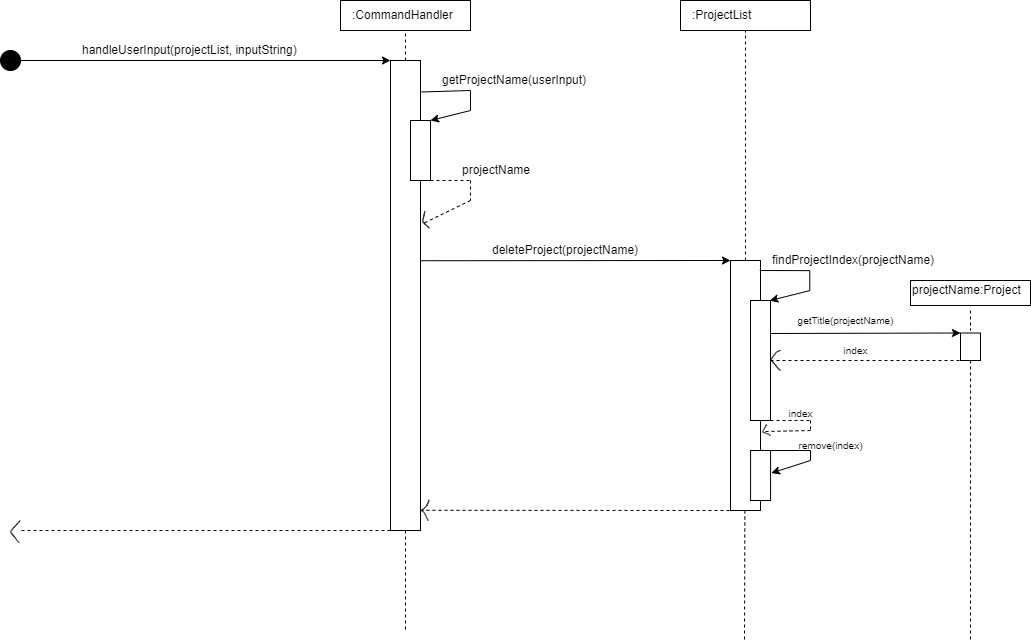
nus-cs2113-AY2122S2/tp keeps this draw.io diagram as docs/UmlDiagrams/deleteProject.png. Above is the earlier version. Source tidied: cells renumbered, new cells last; positions are measured from the earlier drawing's top-left corner, leaving out a move shared by most shapes. Source of this version:
```xml
<mxGraphModel>
  <root>
    <mxCell id="0" />
    <mxCell id="1" parent="0" />
    <mxCell id="2" style="ellipse;whiteSpace=wrap;html=1;fillColor=#000000;" parent="1" vertex="1">
      <mxGeometry y="50" width="20" height="20" as="geometry" />
    </mxCell>
    <mxCell id="3" style="endArrow=classic;html=1;rounded=0;exitX=1;exitY=0.5;exitDx=0;exitDy=0;" parent="1" edge="1" source="2">
      <mxGeometry relative="1" as="geometry">
        <mxPoint x="390" y="60" as="targetPoint" />
      </mxGeometry>
    </mxCell>
    <mxCell id="4" value="&lt;p&gt;handleUserInput(projectList, inputString)&lt;/p&gt;" style="text;html=1;align=left;verticalAlign=middle;fillColor=none;strokeColor=none;rounded=0;" parent="1" vertex="1">
      <mxGeometry x="80" y="30" width="230" height="40" as="geometry" />
    </mxCell>
    <mxCell id="5" style="rounded=0;whiteSpace=wrap;html=1;fontFamily=Helvetica;fillColor=#FFFFFF;" parent="1" vertex="1">
      <mxGeometry x="390" y="60" width="30" height="470" as="geometry" />
    </mxCell>
    <mxCell id="6" style="rounded=0;whiteSpace=wrap;html=1;fontFamily=Helvetica;fillColor=#FFFFFF;" parent="1" vertex="1">
      <mxGeometry x="340" width="130" height="30" as="geometry" />
    </mxCell>
    <mxCell id="7" value=":CommandHandler" style="text;html=1;align=left;verticalAlign=middle;fillColor=none;strokeColor=none;rounded=0;fontFamily=Helvetica;" parent="1" vertex="1">
      <mxGeometry x="350" y="5" width="120" height="20" as="geometry" />
    </mxCell>
    <mxCell id="8" style="endArrow=none;dashed=1;html=1;rounded=0;fontFamily=Helvetica;entryX=0.5;entryY=1;entryDx=0;entryDy=0;exitX=0.5;exitY=0;exitDx=0;exitDy=0;" parent="1" edge="1" source="5" target="6">
      <mxGeometry relative="1" as="geometry" />
    </mxCell>
    <mxCell id="9" style="rounded=0;whiteSpace=wrap;html=1;fontFamily=Helvetica;fillColor=#FFFFFF;" parent="1" vertex="1">
      <mxGeometry x="410" y="120" width="20" height="60" as="geometry" />
    </mxCell>
    <mxCell id="10" style="endArrow=none;html=1;rounded=0;fontFamily=Helvetica;exitX=1.033;exitY=0.067;exitDx=0;exitDy=0;exitPerimeter=0;" parent="1" edge="1" source="5">
      <mxGeometry relative="1" as="geometry">
        <mxPoint x="470" y="90" as="targetPoint" />
      </mxGeometry>
    </mxCell>
    <mxCell id="11" style="endArrow=none;html=1;rounded=0;fontFamily=Helvetica;" parent="1" edge="1">
      <mxGeometry relative="1" as="geometry">
        <mxPoint x="470" y="90" as="sourcePoint" />
        <mxPoint x="470" y="110" as="targetPoint" />
      </mxGeometry>
    </mxCell>
    <mxCell id="12" style="endArrow=classic;html=1;rounded=0;fontFamily=Helvetica;entryX=1;entryY=0;entryDx=0;entryDy=0;" parent="1" edge="1" target="9">
      <mxGeometry relative="1" as="geometry">
        <mxPoint x="470" y="110" as="sourcePoint" />
      </mxGeometry>
    </mxCell>
    <mxCell id="13" value="getProjectName(userInput)" style="text;html=1;align=left;verticalAlign=middle;fillColor=none;strokeColor=none;rounded=0;fontFamily=Helvetica;" parent="1" vertex="1">
      <mxGeometry x="440" y="70" width="160" height="20" as="geometry" />
    </mxCell>
    <mxCell id="14" style="endArrow=none;dashed=1;html=1;rounded=0;fontFamily=Helvetica;exitX=1;exitY=1;exitDx=0;exitDy=0;" parent="1" edge="1" source="9">
      <mxGeometry relative="1" as="geometry">
        <mxPoint x="470" y="180" as="targetPoint" />
      </mxGeometry>
    </mxCell>
    <mxCell id="15" style="endArrow=none;dashed=1;html=1;rounded=0;fontFamily=Helvetica;" parent="1" edge="1">
      <mxGeometry relative="1" as="geometry">
        <mxPoint x="470" y="180" as="sourcePoint" />
        <mxPoint x="470" y="200" as="targetPoint" />
      </mxGeometry>
    </mxCell>
    <mxCell id="16" style="endArrow=none;dashed=1;html=1;rounded=0;fontFamily=Helvetica;entryX=1.081;entryY=0.347;entryDx=0;entryDy=0;entryPerimeter=0;" parent="1" edge="1" target="5">
      <mxGeometry relative="1" as="geometry">
        <mxPoint x="470" y="200" as="sourcePoint" />
      </mxGeometry>
    </mxCell>
    <mxCell id="17" value="projectName" style="text;html=1;align=left;verticalAlign=middle;fillColor=none;strokeColor=none;rounded=0;fontFamily=Helvetica;" parent="1" vertex="1">
      <mxGeometry x="460" y="160" width="80" height="20" as="geometry" />
    </mxCell>
    <mxCell id="18" style="endArrow=classic;html=1;rounded=0;fontFamily=Helvetica;exitX=1;exitY=0.426;exitDx=0;exitDy=0;exitPerimeter=0;entryX=0;entryY=0;entryDx=0;entryDy=0;" parent="1" edge="1" source="5" target="23">
      <mxGeometry relative="1" as="geometry" />
    </mxCell>
    <mxCell id="19" value="deleteProject(projectName)" style="text;html=1;align=left;verticalAlign=middle;fillColor=none;strokeColor=none;rounded=0;fontFamily=Helvetica;" parent="1" vertex="1">
      <mxGeometry x="490" y="240" width="160" height="20" as="geometry" />
    </mxCell>
    <mxCell id="20" style="rounded=0;whiteSpace=wrap;html=1;fontFamily=Helvetica;fillColor=#FFFFFF;" parent="1" vertex="1">
      <mxGeometry x="680" width="130" height="30" as="geometry" />
    </mxCell>
    <mxCell id="21" value=":ProjectList" style="text;html=1;align=left;verticalAlign=middle;fillColor=none;strokeColor=none;rounded=0;fontFamily=Helvetica;" parent="1" vertex="1">
      <mxGeometry x="690" y="5" width="70" height="20" as="geometry" />
    </mxCell>
    <mxCell id="22" style="endArrow=none;dashed=1;html=1;rounded=0;fontFamily=Helvetica;entryX=0.5;entryY=1;entryDx=0;entryDy=0;exitX=0.5;exitY=0;exitDx=0;exitDy=0;" parent="1" edge="1" source="23" target="20">
      <mxGeometry relative="1" as="geometry" />
    </mxCell>
    <mxCell id="23" style="rounded=0;whiteSpace=wrap;html=1;fontFamily=Helvetica;fillColor=#FFFFFF;" parent="1" vertex="1">
      <mxGeometry x="730" y="260" width="30" height="250" as="geometry" />
    </mxCell>
    <mxCell id="24" style="rounded=0;whiteSpace=wrap;html=1;fontFamily=Helvetica;fillColor=#FFFFFF;" parent="1" vertex="1">
      <mxGeometry x="750" y="300" width="20" height="120" as="geometry" />
    </mxCell>
    <mxCell id="25" style="endArrow=none;html=1;rounded=0;fontFamily=Helvetica;exitX=1;exitY=0.083;exitDx=0;exitDy=0;exitPerimeter=0;" parent="1" edge="1">
      <mxGeometry relative="1" as="geometry">
        <mxPoint x="759.3" y="270" as="sourcePoint" />
        <mxPoint x="809.3" y="270.1" as="targetPoint" />
      </mxGeometry>
    </mxCell>
    <mxCell id="26" style="endArrow=none;html=1;rounded=0;fontFamily=Helvetica;" parent="1" edge="1">
      <mxGeometry relative="1" as="geometry">
        <mxPoint x="809.3" y="270.1" as="sourcePoint" />
        <mxPoint x="809.3" y="290.1" as="targetPoint" />
      </mxGeometry>
    </mxCell>
    <mxCell id="27" style="endArrow=classic;html=1;rounded=0;fontFamily=Helvetica;entryX=1;entryY=0;entryDx=0;entryDy=0;" parent="1" edge="1">
      <mxGeometry relative="1" as="geometry">
        <mxPoint x="809.3" y="290.1" as="sourcePoint" />
        <mxPoint x="769.3" y="300.1" as="targetPoint" />
      </mxGeometry>
    </mxCell>
    <mxCell id="28" value="findProjectIndex(projectName)" style="text;html=1;align=left;verticalAlign=middle;fillColor=none;strokeColor=none;rounded=0;fontFamily=Helvetica;" parent="1" vertex="1">
      <mxGeometry x="770" y="250" width="180" height="20" as="geometry" />
    </mxCell>
    <mxCell id="29" style="rounded=0;whiteSpace=wrap;html=1;fontFamily=Helvetica;fillColor=#FFFFFF;" parent="1" vertex="1">
      <mxGeometry x="910" y="280" width="120" height="25" as="geometry" />
    </mxCell>
    <mxCell id="30" value="projectName:Project" style="text;html=1;align=left;verticalAlign=middle;fillColor=none;strokeColor=none;rounded=0;fontFamily=Helvetica;" parent="1" vertex="1">
      <mxGeometry x="910" y="280" width="120" height="20" as="geometry" />
    </mxCell>
    <mxCell id="31" style="rounded=0;whiteSpace=wrap;html=1;fontFamily=Helvetica;fillColor=#FFFFFF;" parent="1" vertex="1">
      <mxGeometry x="960" y="332.5" width="20" height="27.5" as="geometry" />
    </mxCell>
    <mxCell id="32" style="endArrow=classic;html=1;rounded=0;fontFamily=Helvetica;entryX=0;entryY=0;entryDx=0;entryDy=0;" parent="1" edge="1" target="31">
      <mxGeometry relative="1" as="geometry">
        <mxPoint x="770" y="333" as="sourcePoint" />
      </mxGeometry>
    </mxCell>
    <mxCell id="33" style="endArrow=none;dashed=1;html=1;rounded=0;fontFamily=Helvetica;exitX=1;exitY=0.5;exitDx=0;exitDy=0;entryX=0;entryY=1;entryDx=0;entryDy=0;" parent="1" edge="1" source="24" target="31">
      <mxGeometry relative="1" as="geometry" />
    </mxCell>
    <mxCell id="34" style="shape=(stored shape, 464 characters);fillColor=none;fontFamily=Helvetica;" parent="1" vertex="1">
      <mxGeometry x="770" y="350" width="10" height="10" as="geometry" />
    </mxCell>
    <mxCell id="35" style="shape=(stored shape, 340 characters);fillColor=none;fontFamily=Helvetica;" parent="1" vertex="1">
      <mxGeometry x="771" y="360" width="9" height="10" as="geometry" />
    </mxCell>
    <mxCell id="36" value="&lt;font style=&quot;font-size: 10px&quot;&gt;getTitle(projectName)&lt;/font&gt;" style="text;html=1;align=center;verticalAlign=middle;fillColor=none;strokeColor=none;rounded=0;fontFamily=Helvetica;" parent="1" vertex="1">
      <mxGeometry x="790" y="310" width="110" height="20" as="geometry" />
    </mxCell>
    <mxCell id="37" style="endArrow=none;dashed=1;html=1;rounded=0;fontFamily=Helvetica;fontSize=10;exitX=0;exitY=1;exitDx=0;exitDy=0;" parent="1" edge="1" source="5">
      <mxGeometry relative="1" as="geometry">
        <mxPoint x="20" y="530" as="targetPoint" />
      </mxGeometry>
    </mxCell>
    <mxCell id="38" style="shape=(stored shape, 748 characters);fillColor=none;fontFamily=Helvetica;fontSize=10;" parent="1" vertex="1">
      <mxGeometry x="10" y="520" width="9.5" height="22.3" as="geometry" />
    </mxCell>
    <mxCell id="39" style="endArrow=none;dashed=1;html=1;rounded=0;fontFamily=Helvetica;fontSize=10;exitX=0.5;exitY=1;exitDx=0;exitDy=0;" parent="1" edge="1" source="5">
      <mxGeometry relative="1" as="geometry">
        <mxPoint x="405" y="630" as="targetPoint" />
      </mxGeometry>
    </mxCell>
    <mxCell id="40" style="endArrow=none;dashed=1;html=1;rounded=0;fontFamily=Helvetica;fontSize=10;exitX=0.5;exitY=1;exitDx=0;exitDy=0;" parent="1" edge="1">
      <mxGeometry relative="1" as="geometry">
        <mxPoint x="744.4" y="510" as="sourcePoint" />
        <mxPoint x="744" y="640" as="targetPoint" />
      </mxGeometry>
    </mxCell>
    <mxCell id="41" style="endArrow=none;dashed=1;html=1;rounded=0;fontFamily=Helvetica;fontSize=10;exitX=0.5;exitY=1;exitDx=0;exitDy=0;" parent="1" edge="1">
      <mxGeometry relative="1" as="geometry">
        <mxPoint x="970.1" y="360" as="sourcePoint" />
        <mxPoint x="970" y="640" as="targetPoint" />
      </mxGeometry>
    </mxCell>
    <mxCell id="42" value="Untitled Layer" parent="0" />
    <mxCell id="43" style="endArrow=none;dashed=1;html=1;rounded=0;fontFamily=Helvetica;fontSize=10;" parent="42" edge="1">
      <mxGeometry relative="1" as="geometry">
        <mxPoint x="970" y="310" as="sourcePoint" />
        <mxPoint x="970" y="330" as="targetPoint" />
      </mxGeometry>
    </mxCell>
    <mxCell id="44" value="&lt;span style=&quot;font-size: 10px&quot;&gt;index&lt;/span&gt;" style="text;html=1;align=center;verticalAlign=middle;fillColor=none;strokeColor=none;rounded=0;fontFamily=Helvetica;" parent="42" vertex="1">
      <mxGeometry x="835" y="340" width="40" height="20" as="geometry" />
    </mxCell>
    <mxCell id="45" style="endArrow=none;dashed=1;html=1;rounded=0;fontFamily=Helvetica;exitX=1;exitY=1;exitDx=0;exitDy=0;" parent="42" edge="1" source="24">
      <mxGeometry relative="1" as="geometry">
        <mxPoint x="810" y="420" as="targetPoint" />
      </mxGeometry>
    </mxCell>
    <mxCell id="46" style="endArrow=none;dashed=1;html=1;rounded=0;fontFamily=Helvetica;" parent="42" edge="1">
      <mxGeometry relative="1" as="geometry">
        <mxPoint x="810" y="420" as="sourcePoint" />
        <mxPoint x="810" y="430" as="targetPoint" />
      </mxGeometry>
    </mxCell>
    <mxCell id="47" style="endArrow=none;dashed=1;html=1;rounded=0;fontFamily=Helvetica;entryX=0.125;entryY=-0.198;entryDx=0;entryDy=0;entryPerimeter=0;" parent="42" edge="1" target="50">
      <mxGeometry relative="1" as="geometry">
        <mxPoint x="810" y="430" as="sourcePoint" />
      </mxGeometry>
    </mxCell>
    <mxCell id="48" style="endArrow=classic;html=1;rounded=0;fontFamily=Helvetica;entryX=1.072;entryY=0.449;entryDx=0;entryDy=0;entryPerimeter=0;" parent="42" edge="1">
      <mxGeometry relative="1" as="geometry">
        <mxPoint x="770.8" y="392" as="sourcePoint" />
        <mxPoint x="770.9" y="391.6" as="targetPoint" />
      </mxGeometry>
    </mxCell>
    <mxCell id="49" style="shape=(stored shape, 432 characters);fillColor=none;fontFamily=Helvetica;" parent="42" vertex="1">
      <mxGeometry x="762.3" y="423.9" width="3.6" height="7.9" as="geometry" />
    </mxCell>
    <mxCell id="50" style="shape=(stored shape, 436 characters);fillColor=none;fontFamily=Helvetica;" parent="42" vertex="1">
      <mxGeometry x="762.3" y="431.7" width="7.7" height="3.5" as="geometry" />
    </mxCell>
    <mxCell id="51" value="&lt;span style=&quot;font-size: 10px&quot;&gt;index&lt;/span&gt;" style="text;html=1;align=center;verticalAlign=middle;fillColor=none;strokeColor=none;rounded=0;fontFamily=Helvetica;" parent="42" vertex="1">
      <mxGeometry x="780" y="403.5" width="40" height="20" as="geometry" />
    </mxCell>
    <mxCell id="52" style="rounded=0;whiteSpace=wrap;html=1;fontFamily=Helvetica;fillColor=#FFFFFF;" parent="42" vertex="1">
      <mxGeometry x="750.1" y="450" width="20" height="50" as="geometry" />
    </mxCell>
    <mxCell id="53" style="endArrow=none;html=1;rounded=0;fontFamily=Helvetica;fontSize=10;exitX=1;exitY=0;exitDx=0;exitDy=0;" parent="42" edge="1" source="52">
      <mxGeometry relative="1" as="geometry">
        <mxPoint x="810" y="450" as="targetPoint" />
      </mxGeometry>
    </mxCell>
    <mxCell id="54" style="endArrow=none;html=1;rounded=0;fontFamily=Helvetica;fontSize=10;" parent="42" edge="1">
      <mxGeometry relative="1" as="geometry">
        <mxPoint x="810" y="450" as="sourcePoint" />
        <mxPoint x="810" y="460" as="targetPoint" />
      </mxGeometry>
    </mxCell>
    <mxCell id="55" style="endArrow=classic;html=1;rounded=0;fontFamily=Helvetica;fontSize=10;entryX=1.04;entryY=0.451;entryDx=0;entryDy=0;entryPerimeter=0;" parent="42" edge="1" target="52">
      <mxGeometry relative="1" as="geometry">
        <mxPoint x="810" y="460" as="sourcePoint" />
      </mxGeometry>
    </mxCell>
    <mxCell id="56" value="&lt;span style=&quot;font-size: 10px&quot;&gt;remove(index)&lt;/span&gt;" style="text;html=1;align=center;verticalAlign=middle;fillColor=none;strokeColor=none;rounded=0;fontFamily=Helvetica;" parent="42" vertex="1">
      <mxGeometry x="790" y="435.2" width="80" height="20" as="geometry" />
    </mxCell>
    <mxCell id="57" style="endArrow=none;dashed=1;html=1;rounded=0;fontFamily=Helvetica;fontSize=10;entryX=0;entryY=1;entryDx=0;entryDy=0;exitX=1;exitY=0.957;exitDx=0;exitDy=0;exitPerimeter=0;" parent="42" edge="1" source="5" target="23">
      <mxGeometry relative="1" as="geometry" />
    </mxCell>
    <mxCell id="58" style="shape=(stored shape, 452 characters);fillColor=none;fontFamily=Helvetica;fontSize=10;" parent="42" vertex="1">
      <mxGeometry x="420" y="499.3" width="8.7" height="10.9" as="geometry" />
    </mxCell>
    <mxCell id="59" style="shape=(stored shape, 500 characters);fillColor=none;fontFamily=Helvetica;fontSize=10;" parent="42" vertex="1">
      <mxGeometry x="420.9" y="510.2" width="7.1" height="10" as="geometry" />
    </mxCell>
    <mxCell id="60" style="shape=(stored shape, 420 characters);fillColor=none;fontFamily=Helvetica;fontSize=10;" parent="42" vertex="1">
      <mxGeometry x="422.1" y="210.8" width="6.8" height="16.8" as="geometry" />
    </mxCell>
  </root>
</mxGraphModel>
```
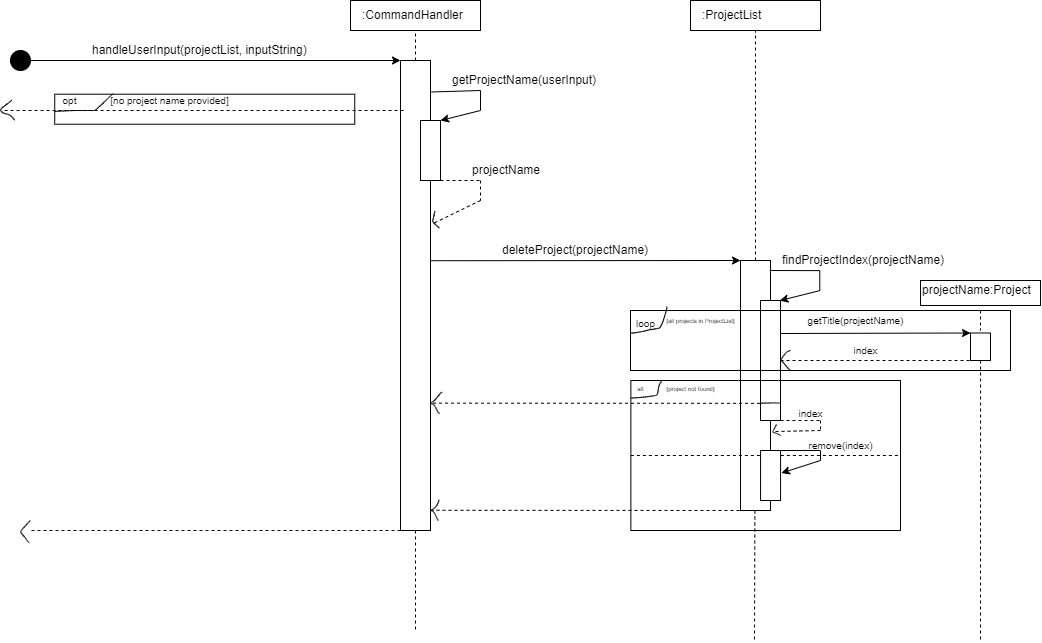
Above is the later version.

The edit, as a diff of the source:
```diff
@@ -159,6 +159,42 @@
         <mxPoint x="970" y="640" as="targetPoint" />
       </mxGeometry>
     </mxCell>
+    <mxCell id="61" style="rounded=0;whiteSpace=wrap;html=1;fontFamily=Helvetica;fontSize=10;fillColor=none;" parent="1" vertex="1">
+      <mxGeometry x="620" y="310" width="380" height="60" as="geometry" />
+    </mxCell>
+    <mxCell id="62" value="loop" style="text;html=1;align=center;verticalAlign=middle;fillColor=none;strokeColor=none;rounded=0;fontFamily=Helvetica;fontSize=10;" parent="1" vertex="1">
+      <mxGeometry x="620" y="312.5" width="30" height="20" as="geometry" />
+    </mxCell>
+    <mxCell id="63" style="shape=(stored shape, 504 characters);fillColor=none;fontFamily=Helvetica;fontSize=10;" parent="1" vertex="1">
+      <mxGeometry x="620.4" y="306.3" width="36.1" height="26.3" as="geometry" />
+    </mxCell>
+    <mxCell id="64" value="&lt;font style=&quot;font-size: 6px&quot;&gt;[all projects in ProjectList]&lt;/font&gt;" style="text;html=1;align=center;verticalAlign=middle;fillColor=none;strokeColor=none;rounded=0;fontFamily=Helvetica;fontSize=10;" parent="1" vertex="1">
+      <mxGeometry x="650" y="309.4" width="80" height="20" as="geometry" />
+    </mxCell>
+    <mxCell id="65" style="rounded=0;whiteSpace=wrap;html=1;fontFamily=Helvetica;fontSize=10;fillColor=none;" parent="1" vertex="1">
+      <mxGeometry x="620.4" y="380" width="269.6" height="150" as="geometry" />
+    </mxCell>
+    <mxCell id="66" style="endArrow=none;dashed=1;html=1;rounded=0;fontFamily=Helvetica;fontSize=6;exitX=0;exitY=0.5;exitDx=0;exitDy=0;entryX=1;entryY=0.5;entryDx=0;entryDy=0;" parent="1" edge="1" source="65" target="65">
+      <mxGeometry relative="1" as="geometry" />
+    </mxCell>
+    <mxCell id="67" style="shape=(stored shape, 568 characters);fillColor=none;fontFamily=Helvetica;fontSize=6;" parent="1" vertex="1">
+      <mxGeometry x="620.4" y="380.7" width="30.5" height="16.8" as="geometry" />
+    </mxCell>
+    <mxCell id="68" value="alt" style="text;html=1;align=center;verticalAlign=middle;fillColor=none;strokeColor=none;rounded=0;fontFamily=Helvetica;fontSize=6;" parent="1" vertex="1">
+      <mxGeometry x="620" y="384.1" width="20" height="10" as="geometry" />
+    </mxCell>
+    <mxCell id="69" value="[project not found]" style="text;html=1;align=center;verticalAlign=middle;fillColor=none;strokeColor=none;rounded=0;fontFamily=Helvetica;fontSize=6;" parent="1" vertex="1">
+      <mxGeometry x="650" y="384.1" width="60" height="10" as="geometry" />
+    </mxCell>
+    <mxCell id="70" style="shape=(stored shape, 536 characters);fillColor=none;fontFamily=Helvetica;fontSize=6;" parent="1" vertex="1">
+      <mxGeometry x="749.5" y="402.4" width="19.9" height="0.3" as="geometry" />
+    </mxCell>
+    <mxCell id="71" style="endArrow=none;dashed=1;html=1;rounded=0;fontFamily=Helvetica;fontSize=6;exitX=0.002;exitY=1.472;exitDx=0;exitDy=0;exitPerimeter=0;entryX=1.02;entryY=0.729;entryDx=0;entryDy=0;entryPerimeter=0;" parent="1" edge="1" source="70" target="5">
+      <mxGeometry relative="1" as="geometry" />
+    </mxCell>
+    <mxCell id="72" style="shape=(stored shape, 812 characters);fillColor=none;fontFamily=Helvetica;fontSize=6;" parent="1" vertex="1">
+      <mxGeometry x="420.5" y="391.7" width="11.5" height="21.6" as="geometry" />
+    </mxCell>
     <mxCell id="42" value="Untitled Layer" parent="0" />
     <mxCell id="43" style="endArrow=none;dashed=1;html=1;rounded=0;fontFamily=Helvetica;fontSize=10;" parent="42" edge="1">
       <mxGeometry relative="1" as="geometry">
@@ -169,8 +205,9 @@
     <mxCell id="44" value="&lt;span style=&quot;font-size: 10px&quot;&gt;index&lt;/span&gt;" style="text;html=1;align=center;verticalAlign=middle;fillColor=none;strokeColor=none;rounded=0;fontFamily=Helvetica;" parent="42" vertex="1">
       <mxGeometry x="835" y="340" width="40" height="20" as="geometry" />
     </mxCell>
-    <mxCell id="45" style="endArrow=none;dashed=1;html=1;rounded=0;fontFamily=Helvetica;exitX=1;exitY=1;exitDx=0;exitDy=0;" parent="42" edge="1" source="24">
+    <mxCell id="45" style="endArrow=none;dashed=1;html=1;rounded=0;fontFamily=Helvetica;exitX=1;exitY=1;exitDx=0;exitDy=0;" parent="42" edge="1">
       <mxGeometry relative="1" as="geometry">
+        <mxPoint x="770" y="420" as="sourcePoint" />
         <mxPoint x="810" y="420" as="targetPoint" />
       </mxGeometry>
     </mxCell>
@@ -234,5 +271,29 @@
     <mxCell id="60" style="shape=(stored shape, 420 characters);fillColor=none;fontFamily=Helvetica;fontSize=10;" parent="42" vertex="1">
       <mxGeometry x="422.1" y="210.8" width="6.8" height="16.8" as="geometry" />
     </mxCell>
+    <mxCell id="73" style="rounded=0;whiteSpace=wrap;html=1;fontFamily=Helvetica;fontSize=10;fillColor=none;" parent="42" vertex="1">
+      <mxGeometry x="44.2" y="93.7" width="300" height="30" as="geometry" />
+    </mxCell>
+    <mxCell id="74" style="shape=(stored shape, 340 characters);fillColor=none;fontFamily=Helvetica;fontSize=10;" parent="42" vertex="1">
+      <mxGeometry x="44.1" y="110" width="39.7" height="0.9" as="geometry" />
+    </mxCell>
+    <mxCell id="75" style="shape=(stored shape, 588 characters);fillColor=none;fontFamily=Helvetica;fontSize=10;" parent="42" vertex="1">
+      <mxGeometry x="84.1" y="93.4" width="18.7" height="16.6" as="geometry" />
+    </mxCell>
+    <mxCell id="76" value="opt" style="text;html=1;align=center;verticalAlign=middle;fillColor=none;strokeColor=none;rounded=0;fontFamily=Helvetica;fontSize=10;" parent="42" vertex="1">
+      <mxGeometry x="44.1" y="90" width="30" height="20" as="geometry" />
+    </mxCell>
+    <mxCell id="77" value="[no project name provided]" style="text;html=1;align=center;verticalAlign=middle;fillColor=none;strokeColor=none;rounded=0;fontFamily=Helvetica;fontSize=10;" parent="42" vertex="1">
+      <mxGeometry x="94.2" y="90" width="130" height="20" as="geometry" />
+    </mxCell>
+    <mxCell id="78" style="endArrow=none;dashed=1;html=1;rounded=0;fontFamily=Helvetica;fontSize=10;entryX=0;entryY=0.5;entryDx=0;entryDy=0;" parent="42" edge="1">
+      <mxGeometry relative="1" as="geometry">
+        <mxPoint x="-5.9" y="110" as="sourcePoint" />
+        <mxPoint x="394.1" y="110" as="targetPoint" />
+      </mxGeometry>
+    </mxCell>
+    <mxCell id="79" style="shape=(stored shape, 536 characters);fillColor=none;fontFamily=Helvetica;fontSize=10;" parent="42" vertex="1">
+      <mxGeometry x="-10" y="99.5" width="14.4" height="20.4" as="geometry" />
+    </mxCell>
   </root>
 </mxGraphModel>
```
